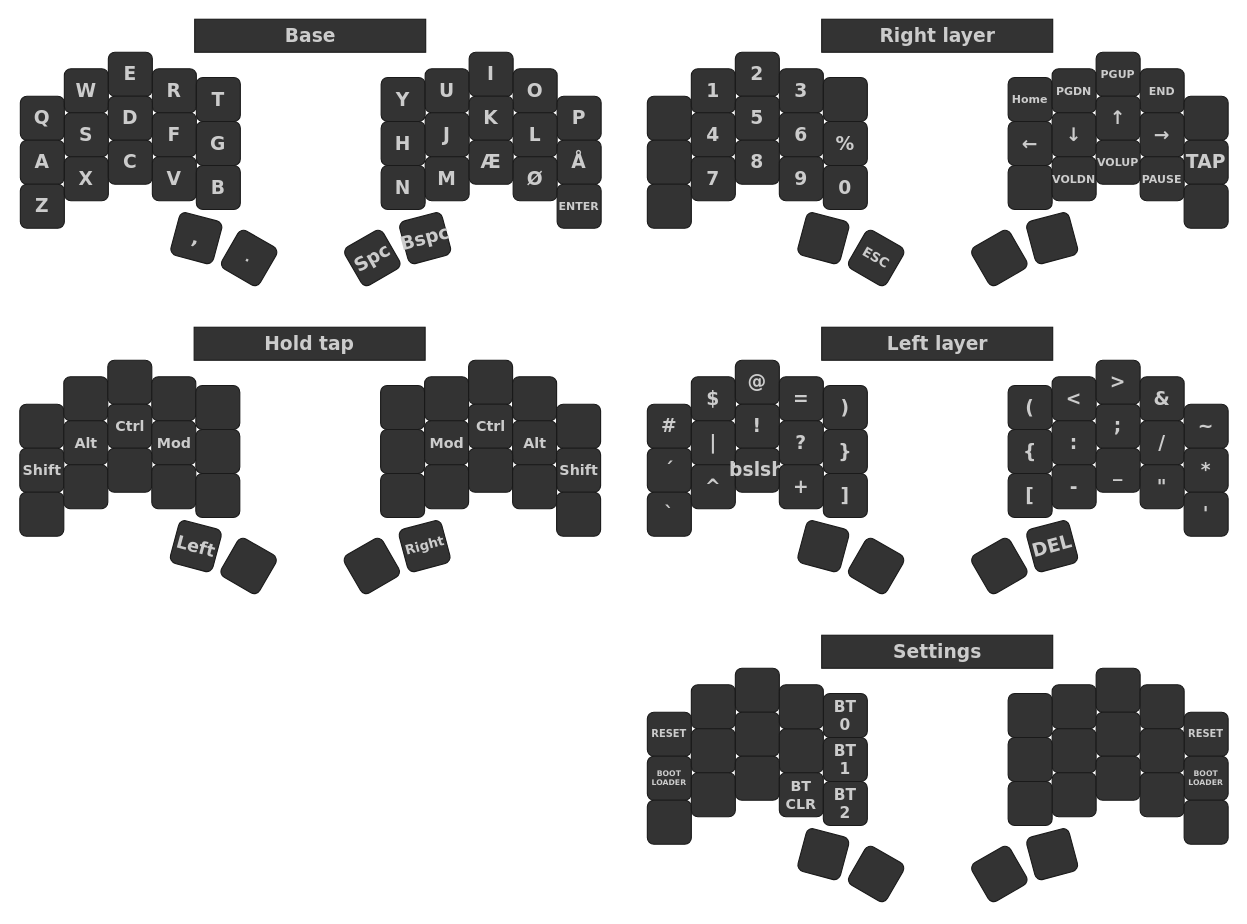
Before: keymap.drawio in SofusA/zmk-config, a draw.io diagram. Source tidied: cells renumbered, new cells numbered last; positions are measured from the earlier drawing's top-left corner, leaving out a move shared by most shapes. Both pictures are drawn from the tidied source at 110%, with x=0, y=0 at pixel (20, 19).
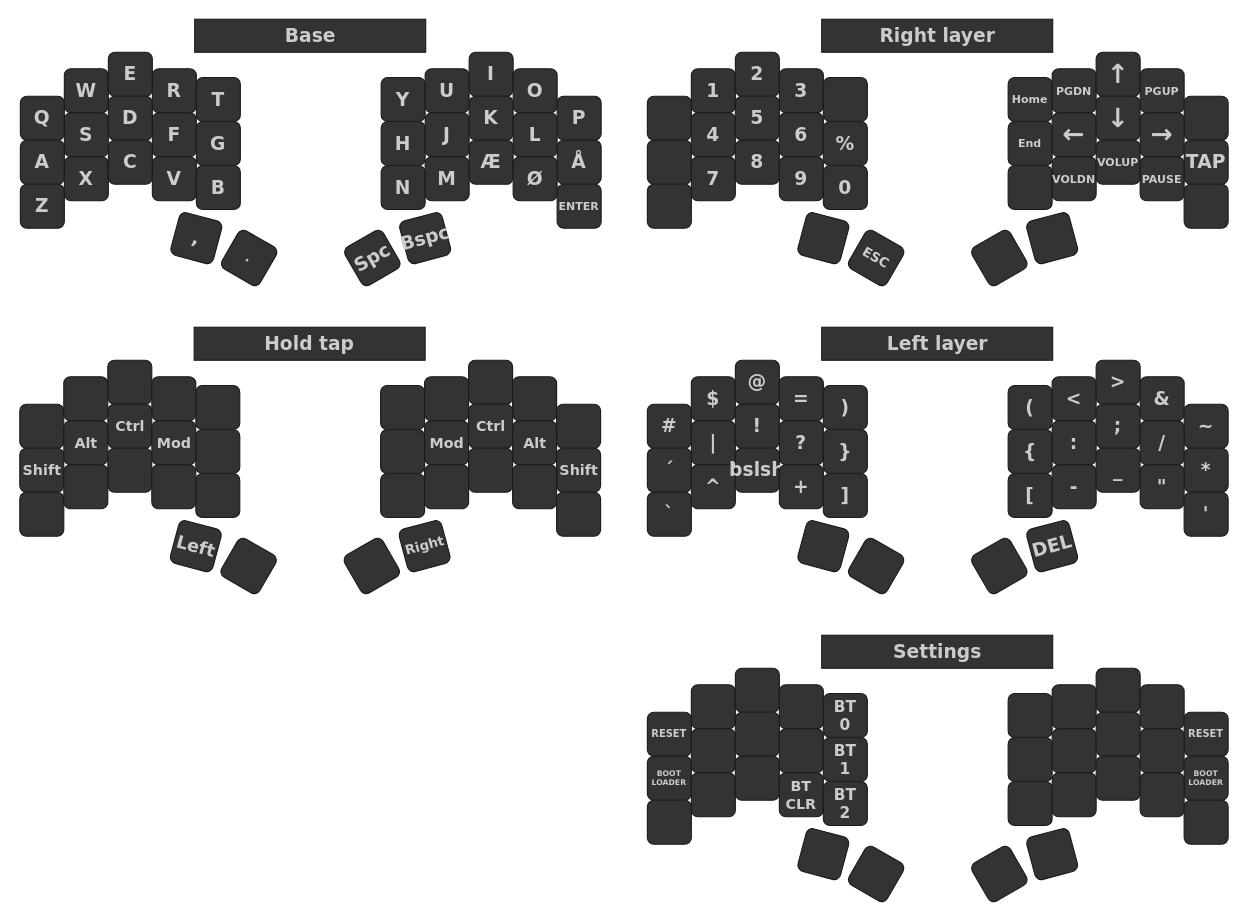
Above is the later version.

Change to the diagram source:
```diff
@@
-    <mxCell id="92" value="PGUP" style="whiteSpace=wrap;html=1;fontSize=10;fontFamily=Verdana;fontStyle=1;fontColor=#CCCCCC;fillColor=#333333;rounded=1;strokeColor=#1A1A1A;" parent="1" vertex="1">
+    <mxCell id="92" value="↑" style="whiteSpace=wrap;html=1;fontSize=24;fontFamily=Verdana;fontStyle=1;fontColor=#CCCCCC;fillColor=#333333;rounded=1;strokeColor=#1A1A1A;" parent="1" vertex="1">
       <mxGeometry x="978" y="30" width="40" height="40" as="geometry" />
     </mxCell>
-    <mxCell id="93" value="END" style="whiteSpace=wrap;html=1;fontSize=10;fontFamily=Verdana;fontStyle=1;fontColor=#CCCCCC;fillColor=#333333;rounded=1;strokeColor=#1A1A1A;" parent="1" vertex="1">
+    <mxCell id="93" value="PGUP" style="whiteSpace=wrap;html=1;fontSize=10;fontFamily=Verdana;fontStyle=1;fontColor=#CCCCCC;fillColor=#333333;rounded=1;strokeColor=#1A1A1A;" parent="1" vertex="1">
       <mxGeometry x="1018" y="45" width="40" height="40" as="geometry" />
     </mxCell>
@@
-    <mxCell id="95" value="←" style="whiteSpace=wrap;html=1;fontSize=17;fontFamily=Verdana;fontStyle=1;fontColor=#CCCCCC;fillColor=#333333;rounded=1;strokeColor=#1A1A1A;" parent="1" vertex="1">
+    <mxCell id="95" value="End" style="whiteSpace=wrap;html=1;fontSize=10;fontFamily=Verdana;fontStyle=1;fontColor=#CCCCCC;fillColor=#333333;rounded=1;strokeColor=#1A1A1A;" parent="1" vertex="1">
       <mxGeometry x="898" y="93" width="40" height="40" as="geometry" />
     </mxCell>
-    <mxCell id="96" value="↓" style="whiteSpace=wrap;html=1;fontSize=17;fontFamily=Verdana;fontStyle=1;fontColor=#CCCCCC;fillColor=#333333;rounded=1;strokeColor=#1A1A1A;" parent="1" vertex="1">
+    <mxCell id="96" value="←" style="whiteSpace=wrap;html=1;fontSize=24;fontFamily=Verdana;fontStyle=1;fontColor=#CCCCCC;fillColor=#333333;rounded=1;strokeColor=#1A1A1A;" parent="1" vertex="1">
       <mxGeometry x="938" y="85" width="40" height="40" as="geometry" />
     </mxCell>
-    <mxCell id="97" value="↑" style="whiteSpace=wrap;html=1;fontSize=17;fontFamily=Verdana;fontStyle=1;fontColor=#CCCCCC;fillColor=#333333;rounded=1;strokeColor=#1A1A1A;" parent="1" vertex="1">
+    <mxCell id="97" value="↓" style="whiteSpace=wrap;html=1;fontSize=24;fontFamily=Verdana;fontStyle=1;fontColor=#CCCCCC;fillColor=#333333;rounded=1;strokeColor=#1A1A1A;" parent="1" vertex="1">
       <mxGeometry x="978" y="70" width="40" height="40" as="geometry" />
     </mxCell>
-    <mxCell id="98" value="→" style="whiteSpace=wrap;html=1;fontSize=17;fontFamily=Verdana;fontStyle=1;fontColor=#CCCCCC;fillColor=#333333;rounded=1;strokeColor=#1A1A1A;" parent="1" vertex="1">
+    <mxCell id="98" value="→" style="whiteSpace=wrap;html=1;fontSize=24;fontFamily=Verdana;fontStyle=1;fontColor=#CCCCCC;fillColor=#333333;rounded=1;strokeColor=#1A1A1A;" parent="1" vertex="1">
       <mxGeometry x="1018" y="85" width="40" height="40" as="geometry" />
     </mxCell>
```
